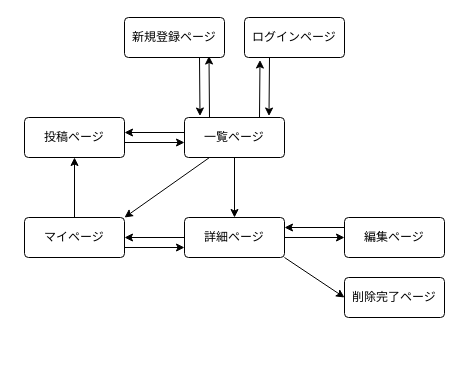
This is 画面遷移図.dio from misuzu5/favorite-things-100, a draw.io file, before an edit. Source tidied: cells renumbered, new cells numbered last; positions are measured from the earlier drawing's top-left corner, leaving out a move shared by most shapes. Both pictures are drawn from the tidied source at 100%, with x=0, y=0 at pixel (24, 17).
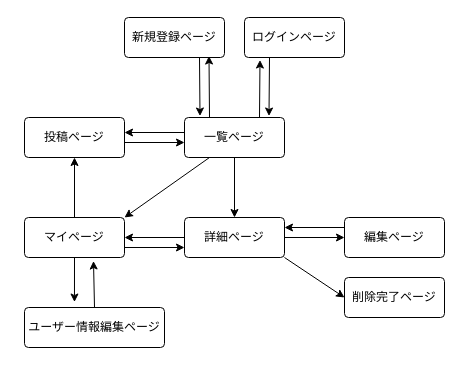
The same page after the edit.

Unchanged cells that the change refers to:
```xml
<mxCell id="23" value="マイページ" style="rounded=1;arcSize=10;whiteSpace=wrap;html=1;align=center;fontColor=#000000;fillColor=#FFFFFF;" parent="1" vertex="1">
  <mxGeometry y="200" width="100" height="40" as="geometry" />
</mxCell>
```

Change to the diagram source:
```diff
@@
+    <mxCell id="24" style="edgeStyle=none;html=1;exitX=0.5;exitY=1;exitDx=0;exitDy=0;entryX=0.357;entryY=-0.137;entryDx=0;entryDy=0;entryPerimeter=0;" parent="1" edge="1" source="23" target="26">
+      <mxGeometry relative="1" as="geometry" />
+    </mxCell>
@@
+    <mxCell id="25" style="edgeStyle=none;html=1;exitX=0.5;exitY=0;exitDx=0;exitDy=0;entryX=0.69;entryY=1.088;entryDx=0;entryDy=0;entryPerimeter=0;" parent="1" edge="1" source="26" target="23">
+      <mxGeometry relative="1" as="geometry" />
+    </mxCell>
+    <mxCell id="26" value="ユーザー情報編集ページ" style="rounded=1;arcSize=10;whiteSpace=wrap;html=1;align=center;fontColor=#000000;fillColor=#FFFFFF;" parent="1" vertex="1">
+      <mxGeometry y="290" width="140" height="40" as="geometry" />
+    </mxCell>
```
